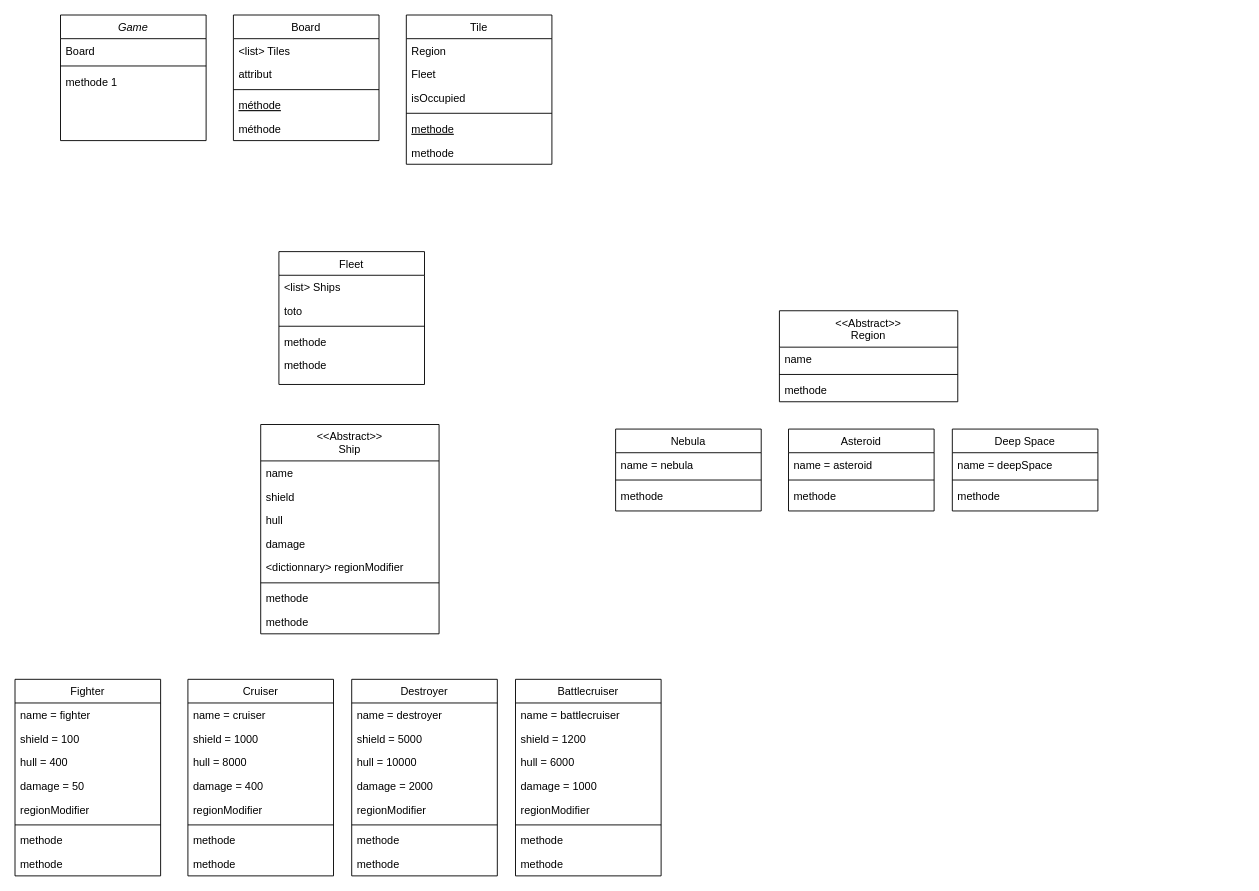
Before: Space-game.drawio in SolennPenarroya/Space-game-project, a draw.io diagram. Source tidied: cells renumbered, new cells numbered last; positions are measured from the earlier drawing's top-left corner, leaving out a move shared by most shapes. Both pictures are drawn from the tidied source at 91%, with x=0, y=0 at pixel (15, 15).
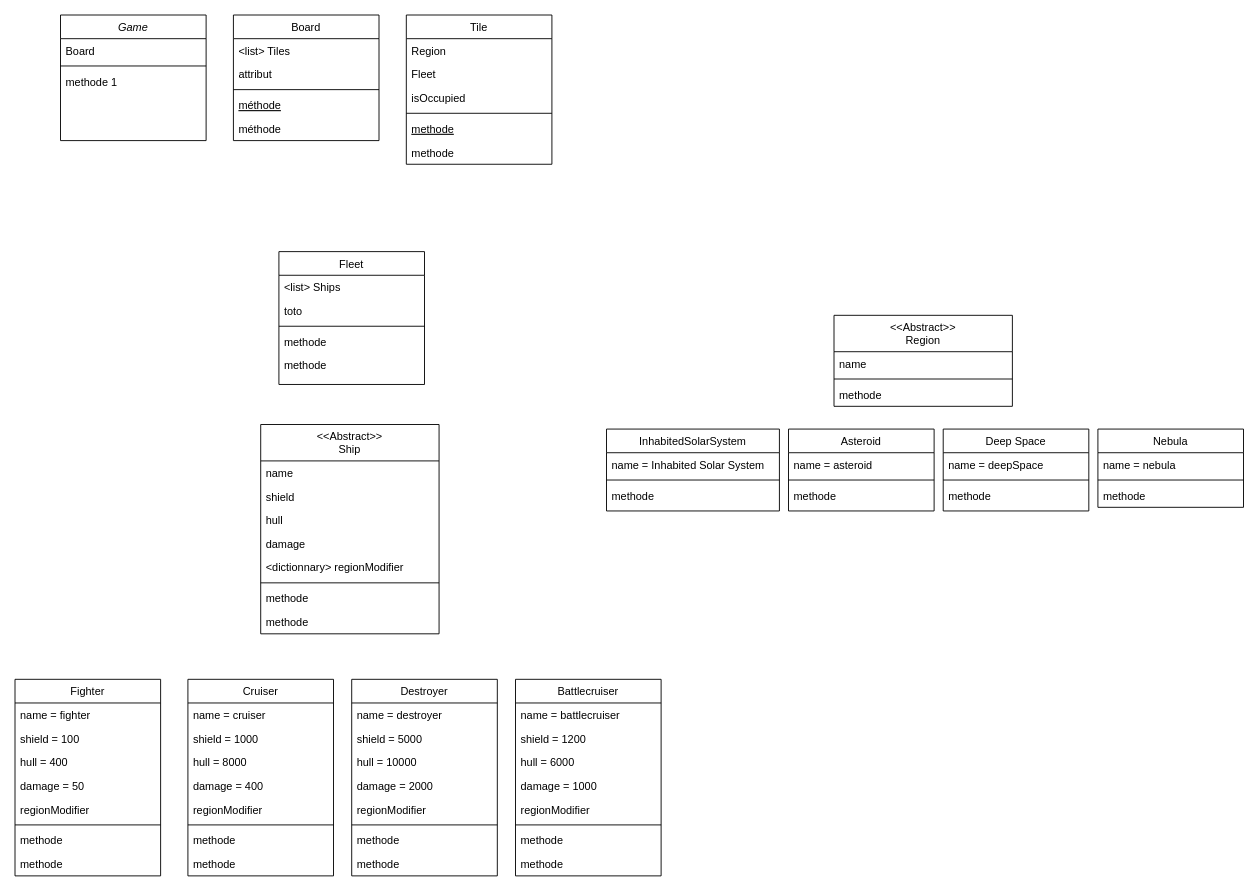
The same page after the edit.

Commit message:
Mettre à jour Space-game.drawio

Change to the diagram source:
```diff
@@
     <mxCell id="70" value="&lt;&lt;Abstract&gt;&gt;&#10;Region" style="swimlane;fontStyle=0;align=center;verticalAlign=top;horizontal=1;startSize=40;rounded=0;shadow=0;strokeWidth=1;" parent="1" vertex="1">
-      <mxGeometry x="840" y="325" width="196" height="100" as="geometry" />
+      <mxGeometry x="900" y="330" width="196" height="100" as="geometry" />
     </mxCell>
@@
     <mxCell id="74" value="Nebula" style="swimlane;fontStyle=0;align=center;verticalAlign=top;horizontal=1;startSize=26;rounded=0;shadow=0;strokeWidth=1;" parent="1" vertex="1">
-      <mxGeometry x="660" y="455" width="160" height="90" as="geometry" />
+      <mxGeometry x="1190" y="455" width="160" height="86" as="geometry" />
     </mxCell>
@@
     <mxCell id="82" value="Deep Space" style="swimlane;fontStyle=0;align=center;verticalAlign=top;horizontal=1;startSize=26;rounded=0;shadow=0;strokeWidth=1;" parent="1" vertex="1">
-      <mxGeometry x="1030" y="455" width="160" height="90" as="geometry" />
+      <mxGeometry x="1020" y="455" width="160" height="90" as="geometry" />
     </mxCell>
@@
+    <mxCell id="86" value="InhabitedSolarSystem" style="swimlane;fontStyle=0;align=center;verticalAlign=top;horizontal=1;startSize=26;rounded=0;shadow=0;strokeWidth=1;" parent="1" vertex="1">
+      <mxGeometry x="650" y="455" width="190" height="90" as="geometry" />
+    </mxCell>
+    <mxCell id="87" value="name = Inhabited Solar System" style="text;align=left;verticalAlign=top;spacingLeft=4;spacingRight=4;overflow=hidden;" parent="86" vertex="1">
+      <mxGeometry y="26" width="190" height="26" as="geometry" />
+    </mxCell>
+    <mxCell id="88" style="line;html=1;strokeWidth=1;align=left;verticalAlign=middle;spacingTop=-1;spacingLeft=3;spacingRight=3;labelPosition=right;" parent="86" vertex="1">
+      <mxGeometry y="52" width="190" height="8" as="geometry" />
+    </mxCell>
+    <mxCell id="89" value="methode" style="text;align=left;verticalAlign=top;spacingLeft=4;spacingRight=4;overflow=hidden;" parent="86" vertex="1">
+      <mxGeometry y="60" width="190" height="26" as="geometry" />
+    </mxCell>
```
